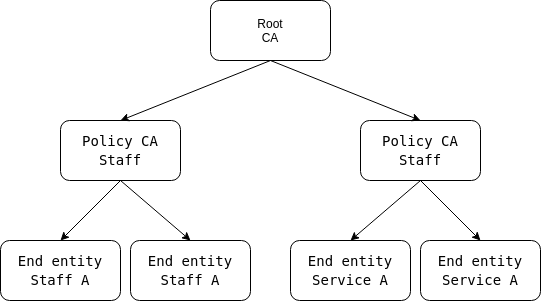
This is docs/pki-tree.png from OlafRadicke/play_pki_ca_with_ansible, a draw.io export, as it was before one commit. Source tidied: cells renumbered, new cells last; positions are measured from the earlier drawing's top-left corner, leaving out a move shared by most shapes. The source it was exported from:
```xml
<mxGraphModel>
  <root>
    <mxCell id="0" />
    <mxCell id="1" parent="0" />
    <mxCell id="2" value="Root&lt;br&gt;CA" style="rounded=1;whiteSpace=wrap;html=1;" parent="1" vertex="1">
      <mxGeometry x="210" width="120" height="60" as="geometry" />
    </mxCell>
    <mxCell id="3" value="&lt;div style=&quot;font-family: &amp;#34;droid sans mono&amp;#34; , monospace , monospace , &amp;#34;droid sans fallback&amp;#34; ; font-size: 14px ; line-height: 19px&quot;&gt;&lt;span style=&quot;background-color: rgb(255 , 255 , 255)&quot;&gt;Policy CA&lt;br&gt;Staff&lt;/span&gt;&lt;/div&gt;" style="rounded=1;whiteSpace=wrap;html=1;" parent="1" vertex="1">
      <mxGeometry x="60" y="120" width="120" height="60" as="geometry" />
    </mxCell>
    <mxCell id="4" value="&lt;div style=&quot;font-family: &amp;#34;droid sans mono&amp;#34; , monospace , monospace , &amp;#34;droid sans fallback&amp;#34; ; font-size: 14px ; line-height: 19px&quot;&gt;&lt;span style=&quot;background-color: rgb(255 , 255 , 255)&quot;&gt;Policy CA&lt;br&gt;Staff&lt;/span&gt;&lt;/div&gt;" style="rounded=1;whiteSpace=wrap;html=1;" parent="1" vertex="1">
      <mxGeometry x="360" y="120" width="120" height="60" as="geometry" />
    </mxCell>
    <mxCell id="5" style="endArrow=classic;html=1;exitX=0.5;exitY=1;exitDx=0;exitDy=0;entryX=0.5;entryY=0;entryDx=0;entryDy=0;" parent="1" edge="1" source="2" target="4">
      <mxGeometry relative="1" as="geometry" />
    </mxCell>
    <mxCell id="6" style="endArrow=classic;html=1;exitX=0.5;exitY=1;exitDx=0;exitDy=0;entryX=0.5;entryY=0;entryDx=0;entryDy=0;" parent="1" edge="1" source="2" target="3">
      <mxGeometry relative="1" as="geometry" />
    </mxCell>
    <mxCell id="7" value="&lt;div style=&quot;font-family: &amp;#34;droid sans mono&amp;#34; , monospace , monospace , &amp;#34;droid sans fallback&amp;#34; ; font-size: 14px ; line-height: 19px&quot;&gt;&lt;span style=&quot;background-color: rgb(255 , 255 , 255)&quot;&gt;End entity&lt;br&gt;Staff A&lt;/span&gt;&lt;/div&gt;" style="rounded=1;whiteSpace=wrap;html=1;" parent="1" vertex="1">
      <mxGeometry y="240" width="120" height="60" as="geometry" />
    </mxCell>
    <mxCell id="8" value="&lt;div style=&quot;font-family: &amp;#34;droid sans mono&amp;#34; , monospace , monospace , &amp;#34;droid sans fallback&amp;#34; ; font-size: 14px ; line-height: 19px&quot;&gt;&lt;span style=&quot;background-color: rgb(255 , 255 , 255)&quot;&gt;End entity&lt;br&gt;Staff A&lt;/span&gt;&lt;/div&gt;" style="rounded=1;whiteSpace=wrap;html=1;" parent="1" vertex="1">
      <mxGeometry x="130" y="240" width="120" height="60" as="geometry" />
    </mxCell>
    <mxCell id="9" value="&lt;div style=&quot;font-family: &amp;#34;droid sans mono&amp;#34; , monospace , monospace , &amp;#34;droid sans fallback&amp;#34; ; font-size: 14px ; line-height: 19px&quot;&gt;&lt;span style=&quot;background-color: rgb(255 , 255 , 255)&quot;&gt;End entity&lt;br&gt;Service A&lt;/span&gt;&lt;/div&gt;" style="rounded=1;whiteSpace=wrap;html=1;" parent="1" vertex="1">
      <mxGeometry x="290" y="240" width="120" height="60" as="geometry" />
    </mxCell>
    <mxCell id="10" value="&lt;div style=&quot;font-family: &amp;#34;droid sans mono&amp;#34; , monospace , monospace , &amp;#34;droid sans fallback&amp;#34; ; font-size: 14px ; line-height: 19px&quot;&gt;&lt;span style=&quot;background-color: rgb(255 , 255 , 255)&quot;&gt;End entity&lt;br&gt;Service A&lt;/span&gt;&lt;/div&gt;" style="rounded=1;whiteSpace=wrap;html=1;" parent="1" vertex="1">
      <mxGeometry x="420" y="240" width="120" height="60" as="geometry" />
    </mxCell>
    <mxCell id="11" style="endArrow=classic;html=1;entryX=0.5;entryY=0;entryDx=0;entryDy=0;exitX=0.5;exitY=1;exitDx=0;exitDy=0;" parent="1" edge="1" source="3" target="8">
      <mxGeometry relative="1" as="geometry" />
    </mxCell>
    <mxCell id="12" style="endArrow=classic;html=1;exitX=0.5;exitY=1;exitDx=0;exitDy=0;entryX=0.5;entryY=0;entryDx=0;entryDy=0;" parent="1" edge="1" source="3" target="7">
      <mxGeometry relative="1" as="geometry" />
    </mxCell>
    <mxCell id="13" style="endArrow=classic;html=1;entryX=0.5;entryY=0;entryDx=0;entryDy=0;exitX=0.5;exitY=1;exitDx=0;exitDy=0;" parent="1" edge="1" source="4" target="9">
      <mxGeometry relative="1" as="geometry" />
    </mxCell>
    <mxCell id="14" style="endArrow=classic;html=1;exitX=0.5;exitY=1;exitDx=0;exitDy=0;entryX=0.5;entryY=0;entryDx=0;entryDy=0;" parent="1" edge="1" source="4" target="10">
      <mxGeometry relative="1" as="geometry" />
    </mxCell>
  </root>
</mxGraphModel>
```
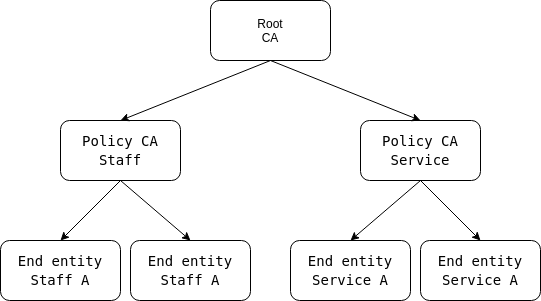
Later version of the same file.

What changed in the source:
```diff
@@ -8,7 +8,7 @@
     <mxCell id="3" value="&lt;div style=&quot;font-family: &amp;#34;droid sans mono&amp;#34; , monospace , monospace , &amp;#34;droid sans fallback&amp;#34; ; font-size: 14px ; line-height: 19px&quot;&gt;&lt;span style=&quot;background-color: rgb(255 , 255 , 255)&quot;&gt;Policy CA&lt;br&gt;Staff&lt;/span&gt;&lt;/div&gt;" style="rounded=1;whiteSpace=wrap;html=1;" parent="1" vertex="1">
       <mxGeometry x="60" y="120" width="120" height="60" as="geometry" />
     </mxCell>
-    <mxCell id="4" value="&lt;div style=&quot;font-family: &amp;#34;droid sans mono&amp;#34; , monospace , monospace , &amp;#34;droid sans fallback&amp;#34; ; font-size: 14px ; line-height: 19px&quot;&gt;&lt;span style=&quot;background-color: rgb(255 , 255 , 255)&quot;&gt;Policy CA&lt;br&gt;Staff&lt;/span&gt;&lt;/div&gt;" style="rounded=1;whiteSpace=wrap;html=1;" parent="1" vertex="1">
+    <mxCell id="4" value="&lt;div style=&quot;font-family: &amp;#34;droid sans mono&amp;#34; , monospace , monospace , &amp;#34;droid sans fallback&amp;#34; ; font-size: 14px ; line-height: 19px&quot;&gt;&lt;span style=&quot;background-color: rgb(255 , 255 , 255)&quot;&gt;Policy CA&lt;br&gt;Service&lt;/span&gt;&lt;/div&gt;" style="rounded=1;whiteSpace=wrap;html=1;" parent="1" vertex="1">
       <mxGeometry x="360" y="120" width="120" height="60" as="geometry" />
     </mxCell>
     <mxCell id="5" style="endArrow=classic;html=1;exitX=0.5;exitY=1;exitDx=0;exitDy=0;entryX=0.5;entryY=0;entryDx=0;entryDy=0;" parent="1" edge="1" source="2" target="4">
```
